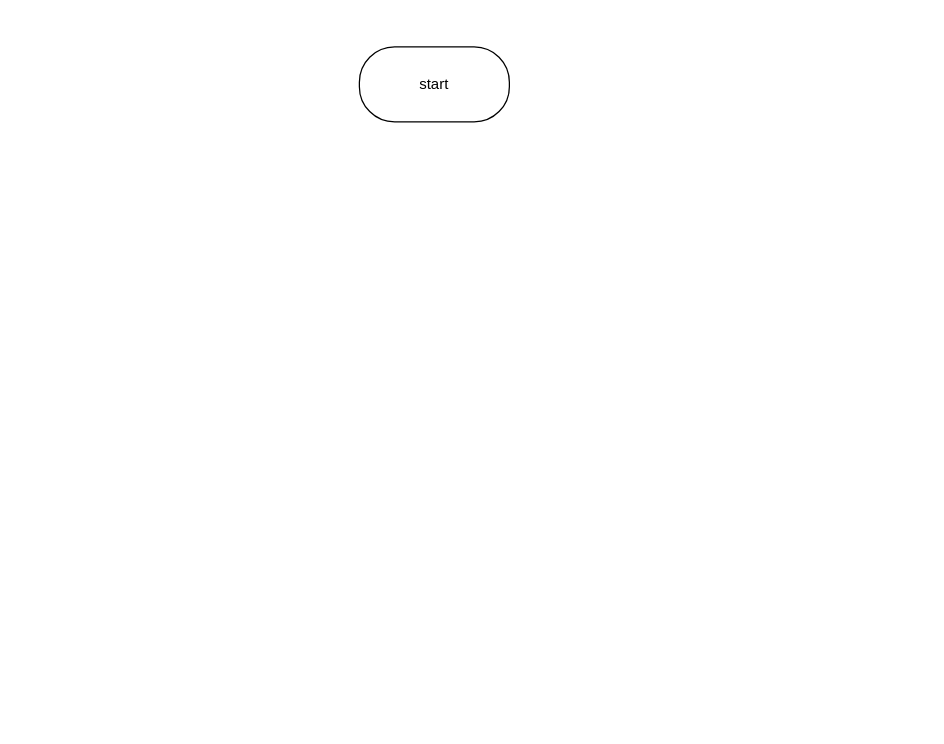
AlexeyDmitrich/hw_dev_base1 keeps this draw.io diagram as page "Страница 1" (1 of 2) of hw1_test2.drawio. Above is the earlier version. Source tidied: cells renumbered, new cells numbered last; positions are measured from the earlier drawing's top-left corner, leaving out a move shared by most shapes. Both pictures are drawn from the tidied source at 125%, with x=0, y=0 at pixel (359, 46).
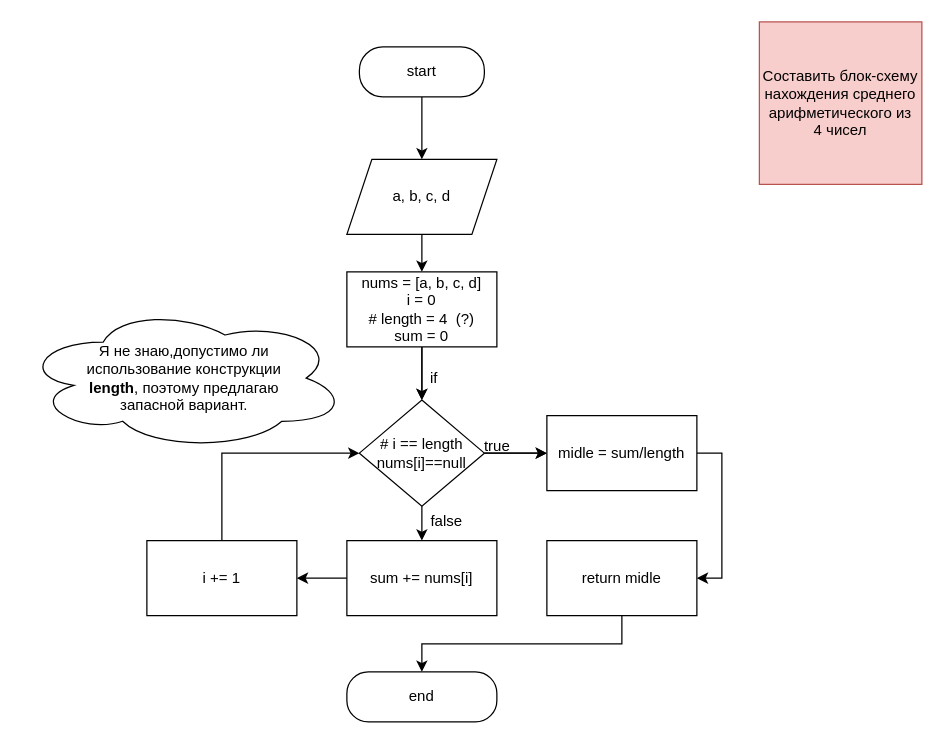
The same page after the edit.

Change to the diagram source:
```diff
@@
+    <mxCell id="3" style="edgeStyle=orthogonalEdgeStyle;rounded=0;jettySize=auto;html=1;exitX=0.5;exitY=1;exitDx=0;exitDy=0;" parent="1" edge="1" source="2" target="6">
+      <mxGeometry relative="1" as="geometry" />
+    </mxCell>
     <mxCell id="2" value="start" style="rounded=1;whiteSpace=wrap;html=1;arcSize=47;" parent="1" vertex="1">
-      <mxGeometry width="120" height="60" as="geometry" />
+      <mxGeometry width="100" height="40" as="geometry" />
     </mxCell>
+    <mxCell id="4" value="&lt;div&gt;Составить блок-схему &lt;br&gt;&lt;/div&gt;&lt;div&gt;нахождения среднего арифметического из&lt;/div&gt;&lt;div&gt;4 чисел&lt;br&gt;&lt;/div&gt;" style="whiteSpace=wrap;html=1;fillColor=#f8cecc;strokeColor=#b85450;" parent="1" vertex="1">
+      <mxGeometry x="320" y="-20" width="130" height="130" as="geometry" />
+    </mxCell>
+    <mxCell id="5" style="edgeStyle=orthogonalEdgeStyle;rounded=0;jettySize=auto;html=1;" parent="1" edge="1" source="6" target="9">
+      <mxGeometry relative="1" as="geometry" />
+    </mxCell>
+    <mxCell id="6" value="a, b, c, d" style="shape=parallelogram;perimeter=parallelogramPerimeter;whiteSpace=wrap;html=1;fixedSize=1;" parent="1" vertex="1">
+      <mxGeometry x="-10" y="90" width="120" height="60" as="geometry" />
+    </mxCell>
+    <mxCell id="7" style="edgeStyle=orthogonalEdgeStyle;rounded=0;jettySize=auto;html=1;" parent="1" edge="1" source="9" target="13">
+      <mxGeometry relative="1" as="geometry" />
+    </mxCell>
+    <mxCell id="8" style="edgeStyle=orthogonalEdgeStyle;rounded=0;jettySize=auto;html=1;" parent="1" edge="1" source="9" target="13">
+      <mxGeometry relative="1" as="geometry" />
+    </mxCell>
+    <mxCell id="9" value="&lt;div&gt;nums = [a, b, c, d]&lt;/div&gt;&lt;div&gt;i = 0&lt;/div&gt;&lt;div&gt;# length = 4&amp;nbsp; (?)&lt;/div&gt;&lt;div&gt;sum = 0&lt;br&gt;&lt;/div&gt;" style="whiteSpace=wrap;html=1;" parent="1" vertex="1">
+      <mxGeometry x="-10" y="180" width="120" height="60" as="geometry" />
+    </mxCell>
+    <mxCell id="10" style="edgeStyle=orthogonalEdgeStyle;rounded=0;jettySize=auto;html=1;" parent="1" edge="1" source="13" target="15">
+      <mxGeometry relative="1" as="geometry" />
+    </mxCell>
+    <mxCell id="11" style="edgeStyle=orthogonalEdgeStyle;rounded=0;jettySize=auto;html=1;" parent="1" edge="1" source="13" target="15">
+      <mxGeometry relative="1" as="geometry" />
+    </mxCell>
+    <mxCell id="12" style="edgeStyle=orthogonalEdgeStyle;rounded=0;jettySize=auto;html=1;exitX=0.5;exitY=1;exitDx=0;exitDy=0;" parent="1" edge="1" source="13" target="18">
+      <mxGeometry relative="1" as="geometry">
+        <Array as="points">
+          <mxPoint x="50" y="410" />
+          <mxPoint x="50" y="410" />
+        </Array>
+      </mxGeometry>
+    </mxCell>
+    <mxCell id="13" value="&lt;div&gt;# i == length&lt;/div&gt;&lt;div&gt;nums[i]==null&lt;/div&gt;" style="rhombus;whiteSpace=wrap;html=1;" parent="1" vertex="1">
+      <mxGeometry y="282.5" width="100" height="85" as="geometry" />
+    </mxCell>
+    <mxCell id="14" style="edgeStyle=orthogonalEdgeStyle;rounded=0;jettySize=auto;html=1;exitX=1;exitY=0.5;exitDx=0;exitDy=0;entryX=1;entryY=0.5;entryDx=0;entryDy=0;" parent="1" edge="1" source="15" target="24">
+      <mxGeometry relative="1" as="geometry" />
+    </mxCell>
+    <mxCell id="15" value="midle = sum/length" style="whiteSpace=wrap;html=1;" parent="1" vertex="1">
+      <mxGeometry x="150" y="295" width="120" height="60" as="geometry" />
+    </mxCell>
+    <mxCell id="16" value="true" style="text;html=1;align=center;verticalAlign=middle;strokeColor=none;fillColor=none;" parent="1" vertex="1">
+      <mxGeometry x="90" y="305" width="40" height="30" as="geometry" />
+    </mxCell>
+    <mxCell id="17" style="edgeStyle=orthogonalEdgeStyle;rounded=0;jettySize=auto;html=1;" parent="1" edge="1" source="18" target="20">
+      <mxGeometry relative="1" as="geometry" />
+    </mxCell>
+    <mxCell id="18" value="sum += nums[i]" style="rounded=0;whiteSpace=wrap;html=1;" parent="1" vertex="1">
+      <mxGeometry x="-10" y="395" width="120" height="60" as="geometry" />
+    </mxCell>
+    <mxCell id="19" style="edgeStyle=orthogonalEdgeStyle;rounded=0;jettySize=auto;html=1;exitX=0.5;exitY=0;exitDx=0;exitDy=0;entryX=0;entryY=0.5;entryDx=0;entryDy=0;" parent="1" edge="1" source="20" target="13">
+      <mxGeometry relative="1" as="geometry" />
+    </mxCell>
+    <mxCell id="20" value="i += 1" style="rounded=0;whiteSpace=wrap;html=1;" parent="1" vertex="1">
+      <mxGeometry x="-170" y="395" width="120" height="60" as="geometry" />
+    </mxCell>
+    <mxCell id="21" value="false" style="text;html=1;strokeColor=none;fillColor=none;align=center;verticalAlign=middle;whiteSpace=wrap;rounded=0;" parent="1" vertex="1">
+      <mxGeometry x="40" y="365" width="60" height="30" as="geometry" />
+    </mxCell>
+    <mxCell id="22" value="if" style="text;html=1;strokeColor=none;fillColor=none;align=center;verticalAlign=middle;whiteSpace=wrap;rounded=0;" parent="1" vertex="1">
+      <mxGeometry x="30" y="250" width="60" height="30" as="geometry" />
+    </mxCell>
+    <mxCell id="23" style="edgeStyle=orthogonalEdgeStyle;rounded=0;jettySize=auto;html=1;exitX=0.5;exitY=1;exitDx=0;exitDy=0;entryX=0.5;entryY=0;entryDx=0;entryDy=0;" parent="1" edge="1" source="24" target="25">
+      <mxGeometry relative="1" as="geometry" />
+    </mxCell>
+    <mxCell id="24" value="return midle" style="rounded=0;whiteSpace=wrap;html=1;" parent="1" vertex="1">
+      <mxGeometry x="150" y="395" width="120" height="60" as="geometry" />
+    </mxCell>
+    <mxCell id="25" value="end" style="rounded=1;whiteSpace=wrap;html=1;arcSize=43;" parent="1" vertex="1">
+      <mxGeometry x="-10" y="500" width="120" height="40" as="geometry" />
+    </mxCell>
+    <mxCell id="26" value="&lt;div&gt;Я не знаю,допустимо ли &lt;br&gt;&lt;/div&gt;&lt;div&gt;использование конструкции&lt;/div&gt;&lt;div&gt;&lt;b&gt;length&lt;/b&gt;, поэтому предлагаю&lt;/div&gt;&lt;div&gt;запасной вариант.&lt;br&gt;&lt;/div&gt;" style="ellipse;shape=cloud;whiteSpace=wrap;html=1;" parent="1" vertex="1">
+      <mxGeometry x="-270" y="207.5" width="260" height="115" as="geometry" />
+    </mxCell>
```
